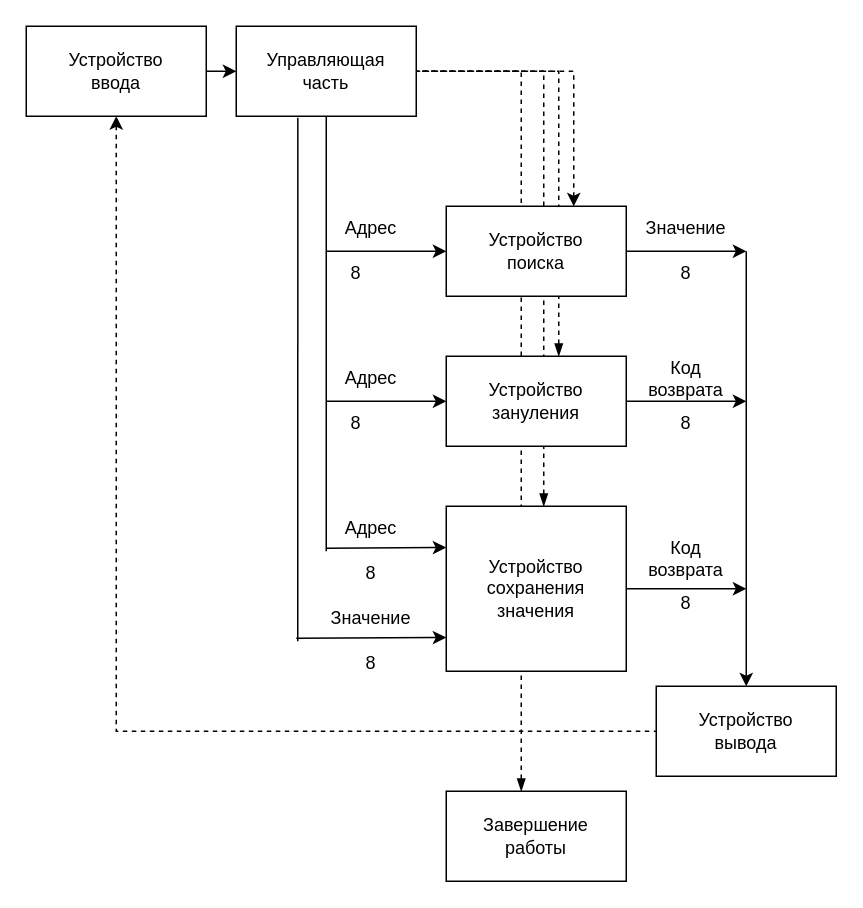
Above: page "Page-1" (1 of 7) of Организация ЭВМ и систем/Отчет/5 1.drawio in eldarian-1/pstu (draw.io), before the change. Source tidied: cells renumbered, new cells numbered last; positions are measured from the earlier drawing's top-left corner, leaving out a move shared by most shapes. Both pictures are drawn from the tidied source at 150%, with x=0, y=0 at pixel (26, 26).
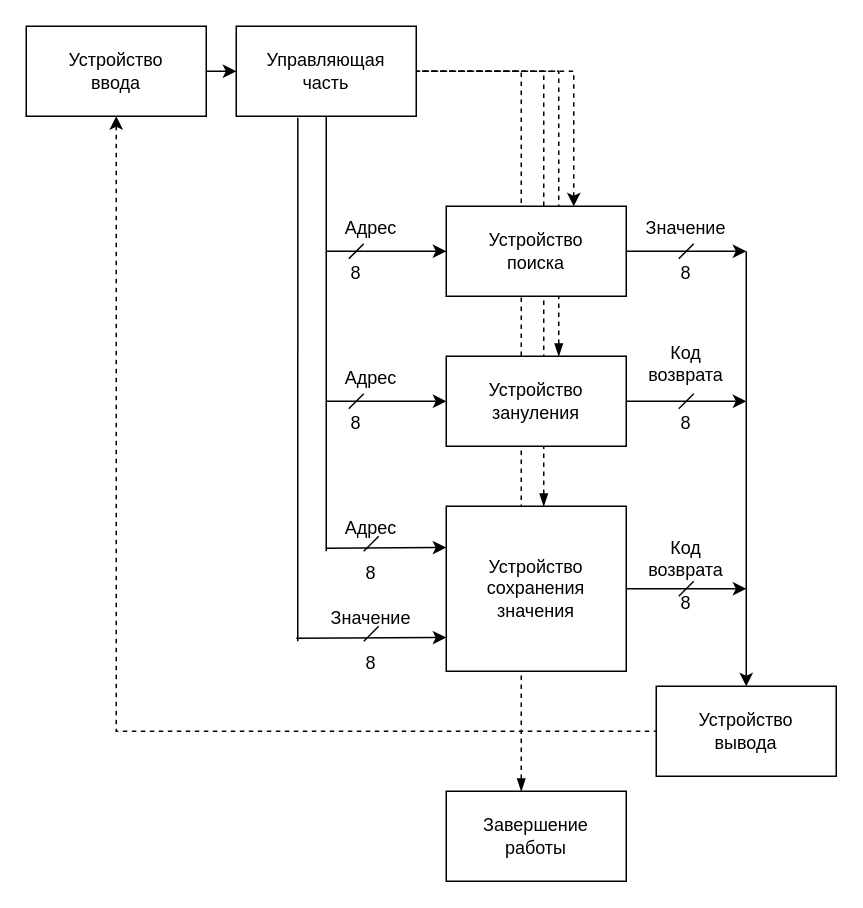
Above is the later version.

Unchanged cells that the change refers to:
```xml
<mxCell id="5" value="&lt;div&gt;Устройство&lt;/div&gt;&lt;div&gt;сохранения значения&lt;br&gt;&lt;/div&gt;" style="rounded=0;whiteSpace=wrap;html=1;" parent="1" vertex="1">
  <mxGeometry x="280" y="320" width="120" height="110" as="geometry" />
</mxCell>
<mxCell id="15" value="&lt;div&gt;Устройство&lt;/div&gt;&lt;div&gt;поиска&lt;br&gt;&lt;/div&gt;" style="rounded=0;whiteSpace=wrap;html=1;" parent="1" vertex="1">
  <mxGeometry x="280" y="120" width="120" height="60" as="geometry" />
</mxCell>
<mxCell id="22" value="&lt;div&gt;Устройство&lt;/div&gt;&lt;div&gt;зануления&lt;br&gt;&lt;/div&gt;" style="rounded=0;whiteSpace=wrap;html=1;" parent="1" vertex="1">
  <mxGeometry x="280" y="220" width="120" height="60" as="geometry" />
</mxCell>
<mxCell id="29" value="&lt;div&gt;Управляющая&lt;/div&gt;&lt;div&gt;часть&lt;/div&gt;" style="rounded=0;whiteSpace=wrap;html=1;" parent="1" vertex="1">
  <mxGeometry x="140" width="120" height="60" as="geometry" />
</mxCell>
<mxCell id="34" value="&lt;div&gt;Устройство&lt;/div&gt;&lt;div&gt;вывода&lt;br&gt;&lt;/div&gt;" style="rounded=0;whiteSpace=wrap;html=1;" parent="1" vertex="1">
  <mxGeometry x="420" y="440" width="120" height="60" as="geometry" />
</mxCell>
```

Diff of the diagram source:
```diff
@@
+    <mxCell id="39" style="endArrow=none;html=1;rounded=0;" parent="1" edge="1">
+      <mxGeometry relative="1" as="geometry">
+        <mxPoint x="215" y="155" as="sourcePoint" />
+        <mxPoint x="225" y="145" as="targetPoint" />
+      </mxGeometry>
+    </mxCell>
@@
-    <mxCell id="6" style="endArrow=classic;html=1;rounded=0;entryX=0;entryY=0.25;entryDx=0;entryDy=0;" parent="1" edge="1" target="5">
-      <mxGeometry relative="1" as="geometry">
-        <mxPoint x="200" y="348" as="sourcePoint" />
-      </mxGeometry>
-    </mxCell>
-    <mxCell id="7" value="Адрес" style="text;html=1;strokeColor=none;fillColor=none;align=center;verticalAlign=middle;whiteSpace=wrap;rounded=0;" parent="1" vertex="1">
-      <mxGeometry x="200" y="320" width="60" height="30" as="geometry" />
-    </mxCell>
-    <mxCell id="8" style="endArrow=classic;html=1;rounded=0;" parent="1" edge="1" source="5">
-      <mxGeometry relative="1" as="geometry">
-        <mxPoint x="480" y="375" as="targetPoint" />
-      </mxGeometry>
-    </mxCell>
-    <mxCell id="9" value="Код возврата" style="text;html=1;strokeColor=none;fillColor=none;align=center;verticalAlign=middle;whiteSpace=wrap;rounded=0;" parent="1" vertex="1">
-      <mxGeometry x="410" y="340" width="60" height="30" as="geometry" />
-    </mxCell>
-    <mxCell id="10" value="8" style="text;html=1;strokeColor=none;fillColor=none;align=center;verticalAlign=middle;whiteSpace=wrap;rounded=0;" parent="1" vertex="1">
-      <mxGeometry x="200" y="350" width="60" height="30" as="geometry" />
-    </mxCell>
-    <mxCell id="11" value="8" style="text;html=1;strokeColor=none;fillColor=none;align=center;verticalAlign=middle;whiteSpace=wrap;rounded=0;" parent="1" vertex="1">
-      <mxGeometry x="410" y="370" width="60" height="30" as="geometry" />
-    </mxCell>
-    <mxCell id="12" style="endArrow=classic;html=1;rounded=0;entryX=0;entryY=0.25;entryDx=0;entryDy=0;" parent="1" edge="1">
-      <mxGeometry relative="1" as="geometry">
-        <mxPoint x="180" y="408" as="sourcePoint" />
-        <mxPoint x="280" y="407.5" as="targetPoint" />
-      </mxGeometry>
-    </mxCell>
-    <mxCell id="13" value="Значение" style="text;html=1;strokeColor=none;fillColor=none;align=center;verticalAlign=middle;whiteSpace=wrap;rounded=0;" parent="1" vertex="1">
-      <mxGeometry x="200" y="380" width="60" height="30" as="geometry" />
-    </mxCell>
-    <mxCell id="14" value="8" style="text;html=1;strokeColor=none;fillColor=none;align=center;verticalAlign=middle;whiteSpace=wrap;rounded=0;" parent="1" vertex="1">
-      <mxGeometry x="200" y="410" width="60" height="30" as="geometry" />
-    </mxCell>
+    <mxCell id="40" style="endArrow=classic;html=1;rounded=0;entryX=0;entryY=0.25;entryDx=0;entryDy=0;" parent="1" edge="1" target="5">
+      <mxGeometry relative="1" as="geometry">
+        <mxPoint x="200" y="348" as="sourcePoint" />
+      </mxGeometry>
+    </mxCell>
+    <mxCell id="41" value="Адрес" style="text;html=1;strokeColor=none;fillColor=none;align=center;verticalAlign=middle;whiteSpace=wrap;rounded=0;" parent="1" vertex="1">
+      <mxGeometry x="200" y="320" width="60" height="30" as="geometry" />
+    </mxCell>
+    <mxCell id="42" style="endArrow=classic;html=1;rounded=0;" parent="1" edge="1" source="5">
+      <mxGeometry relative="1" as="geometry">
+        <mxPoint x="480" y="375" as="targetPoint" />
+      </mxGeometry>
+    </mxCell>
+    <mxCell id="43" value="Код возврата" style="text;html=1;strokeColor=none;fillColor=none;align=center;verticalAlign=middle;whiteSpace=wrap;rounded=0;" parent="1" vertex="1">
+      <mxGeometry x="410" y="340" width="60" height="30" as="geometry" />
+    </mxCell>
+    <mxCell id="44" value="8" style="text;html=1;strokeColor=none;fillColor=none;align=center;verticalAlign=middle;whiteSpace=wrap;rounded=0;" parent="1" vertex="1">
+      <mxGeometry x="200" y="350" width="60" height="30" as="geometry" />
+    </mxCell>
+    <mxCell id="45" value="8" style="text;html=1;strokeColor=none;fillColor=none;align=center;verticalAlign=middle;whiteSpace=wrap;rounded=0;" parent="1" vertex="1">
+      <mxGeometry x="410" y="370" width="60" height="30" as="geometry" />
+    </mxCell>
+    <mxCell id="46" style="endArrow=classic;html=1;rounded=0;entryX=0;entryY=0.25;entryDx=0;entryDy=0;" parent="1" edge="1">
+      <mxGeometry relative="1" as="geometry">
+        <mxPoint x="180" y="408" as="sourcePoint" />
+        <mxPoint x="280" y="407.5" as="targetPoint" />
+      </mxGeometry>
+    </mxCell>
+    <mxCell id="47" value="Значение" style="text;html=1;strokeColor=none;fillColor=none;align=center;verticalAlign=middle;whiteSpace=wrap;rounded=0;" parent="1" vertex="1">
+      <mxGeometry x="200" y="380" width="60" height="30" as="geometry" />
+    </mxCell>
+    <mxCell id="48" value="8" style="text;html=1;strokeColor=none;fillColor=none;align=center;verticalAlign=middle;whiteSpace=wrap;rounded=0;" parent="1" vertex="1">
+      <mxGeometry x="200" y="410" width="60" height="30" as="geometry" />
+    </mxCell>
@@
-    <mxCell id="16" style="endArrow=classic;html=1;rounded=0;" parent="1" edge="1" target="15">
-      <mxGeometry relative="1" as="geometry">
-        <mxPoint x="200" y="150" as="sourcePoint" />
-      </mxGeometry>
-    </mxCell>
-    <mxCell id="17" value="Адрес" style="text;html=1;strokeColor=none;fillColor=none;align=center;verticalAlign=middle;whiteSpace=wrap;rounded=0;" parent="1" vertex="1">
-      <mxGeometry x="200" y="120" width="60" height="30" as="geometry" />
-    </mxCell>
-    <mxCell id="18" style="endArrow=classic;html=1;rounded=0;" parent="1" edge="1" source="15">
-      <mxGeometry relative="1" as="geometry">
-        <mxPoint x="480" y="150" as="targetPoint" />
-      </mxGeometry>
-    </mxCell>
-    <mxCell id="19" value="Значение" style="text;html=1;strokeColor=none;fillColor=none;align=center;verticalAlign=middle;whiteSpace=wrap;rounded=0;" parent="1" vertex="1">
-      <mxGeometry x="410" y="120" width="60" height="30" as="geometry" />
-    </mxCell>
-    <mxCell id="20" value="8" style="text;html=1;strokeColor=none;fillColor=none;align=center;verticalAlign=middle;whiteSpace=wrap;rounded=0;" parent="1" vertex="1">
-      <mxGeometry x="190" y="150" width="60" height="30" as="geometry" />
-    </mxCell>
-    <mxCell id="21" value="8" style="text;html=1;strokeColor=none;fillColor=none;align=center;verticalAlign=middle;whiteSpace=wrap;rounded=0;" parent="1" vertex="1">
-      <mxGeometry x="410" y="150" width="60" height="30" as="geometry" />
-    </mxCell>
+    <mxCell id="49" style="endArrow=classic;html=1;rounded=0;" parent="1" edge="1" target="15">
+      <mxGeometry relative="1" as="geometry">
+        <mxPoint x="200" y="150" as="sourcePoint" />
+      </mxGeometry>
+    </mxCell>
+    <mxCell id="50" value="Адрес" style="text;html=1;strokeColor=none;fillColor=none;align=center;verticalAlign=middle;whiteSpace=wrap;rounded=0;" parent="1" vertex="1">
+      <mxGeometry x="200" y="120" width="60" height="30" as="geometry" />
+    </mxCell>
+    <mxCell id="51" style="endArrow=classic;html=1;rounded=0;" parent="1" edge="1" source="15">
+      <mxGeometry relative="1" as="geometry">
+        <mxPoint x="480" y="150" as="targetPoint" />
+      </mxGeometry>
+    </mxCell>
+    <mxCell id="52" value="Значение" style="text;html=1;strokeColor=none;fillColor=none;align=center;verticalAlign=middle;whiteSpace=wrap;rounded=0;" parent="1" vertex="1">
+      <mxGeometry x="410" y="120" width="60" height="30" as="geometry" />
+    </mxCell>
+    <mxCell id="53" value="8" style="text;html=1;strokeColor=none;fillColor=none;align=center;verticalAlign=middle;whiteSpace=wrap;rounded=0;" parent="1" vertex="1">
+      <mxGeometry x="190" y="150" width="60" height="30" as="geometry" />
+    </mxCell>
+    <mxCell id="54" value="8" style="text;html=1;strokeColor=none;fillColor=none;align=center;verticalAlign=middle;whiteSpace=wrap;rounded=0;" parent="1" vertex="1">
+      <mxGeometry x="410" y="150" width="60" height="30" as="geometry" />
+    </mxCell>
@@
-    <mxCell id="23" style="endArrow=classic;html=1;rounded=0;" parent="1" edge="1" target="22">
-      <mxGeometry relative="1" as="geometry">
-        <mxPoint x="200" y="250" as="sourcePoint" />
-      </mxGeometry>
-    </mxCell>
-    <mxCell id="24" value="Адрес" style="text;html=1;strokeColor=none;fillColor=none;align=center;verticalAlign=middle;whiteSpace=wrap;rounded=0;" parent="1" vertex="1">
-      <mxGeometry x="200" y="220" width="60" height="30" as="geometry" />
-    </mxCell>
-    <mxCell id="25" style="endArrow=classic;html=1;rounded=0;" parent="1" edge="1" source="22">
-      <mxGeometry relative="1" as="geometry">
-        <mxPoint x="480" y="250" as="targetPoint" />
-      </mxGeometry>
-    </mxCell>
-    <mxCell id="26" value="Код возврата" style="text;html=1;strokeColor=none;fillColor=none;align=center;verticalAlign=middle;whiteSpace=wrap;rounded=0;" parent="1" vertex="1">
-      <mxGeometry x="410" y="220" width="60" height="30" as="geometry" />
-    </mxCell>
-    <mxCell id="27" value="8" style="text;html=1;strokeColor=none;fillColor=none;align=center;verticalAlign=middle;whiteSpace=wrap;rounded=0;" parent="1" vertex="1">
-      <mxGeometry x="190" y="250" width="60" height="30" as="geometry" />
-    </mxCell>
-    <mxCell id="28" value="8" style="text;html=1;strokeColor=none;fillColor=none;align=center;verticalAlign=middle;whiteSpace=wrap;rounded=0;" parent="1" vertex="1">
-      <mxGeometry x="410" y="250" width="60" height="30" as="geometry" />
-    </mxCell>
+    <mxCell id="55" style="endArrow=classic;html=1;rounded=0;" parent="1" edge="1" target="22">
+      <mxGeometry relative="1" as="geometry">
+        <mxPoint x="200" y="250" as="sourcePoint" />
+      </mxGeometry>
+    </mxCell>
+    <mxCell id="56" value="Адрес" style="text;html=1;strokeColor=none;fillColor=none;align=center;verticalAlign=middle;whiteSpace=wrap;rounded=0;" parent="1" vertex="1">
+      <mxGeometry x="200" y="220" width="60" height="30" as="geometry" />
+    </mxCell>
+    <mxCell id="57" style="endArrow=classic;html=1;rounded=0;" parent="1" edge="1" source="22">
+      <mxGeometry relative="1" as="geometry">
+        <mxPoint x="480" y="250" as="targetPoint" />
+      </mxGeometry>
+    </mxCell>
+    <mxCell id="58" value="Код возврата" style="text;html=1;strokeColor=none;fillColor=none;align=center;verticalAlign=middle;whiteSpace=wrap;rounded=0;" parent="1" vertex="1">
+      <mxGeometry x="410" y="210" width="60" height="30" as="geometry" />
+    </mxCell>
+    <mxCell id="59" value="8" style="text;html=1;strokeColor=none;fillColor=none;align=center;verticalAlign=middle;whiteSpace=wrap;rounded=0;" parent="1" vertex="1">
+      <mxGeometry x="190" y="250" width="60" height="30" as="geometry" />
+    </mxCell>
+    <mxCell id="60" value="8" style="text;html=1;strokeColor=none;fillColor=none;align=center;verticalAlign=middle;whiteSpace=wrap;rounded=0;" parent="1" vertex="1">
+      <mxGeometry x="410" y="250" width="60" height="30" as="geometry" />
+    </mxCell>
@@
-    <mxCell id="30" style="endArrow=none;html=1;rounded=0;exitX=0;exitY=0;exitDx=0;exitDy=0;" parent="1" edge="1" source="10" target="29">
-      <mxGeometry relative="1" as="geometry" />
-    </mxCell>
-    <mxCell id="31" style="endArrow=none;html=1;rounded=0;entryX=0.342;entryY=1.017;entryDx=0;entryDy=0;entryPerimeter=0;" parent="1" edge="1" target="29">
-      <mxGeometry relative="1" as="geometry">
-        <mxPoint x="181" y="410" as="sourcePoint" />
-      </mxGeometry>
-    </mxCell>
+    <mxCell id="61" style="endArrow=none;html=1;rounded=0;exitX=0;exitY=0;exitDx=0;exitDy=0;" parent="1" edge="1" source="44" target="29">
+      <mxGeometry relative="1" as="geometry" />
+    </mxCell>
+    <mxCell id="62" style="endArrow=none;html=1;rounded=0;entryX=0.342;entryY=1.017;entryDx=0;entryDy=0;entryPerimeter=0;" parent="1" edge="1" target="29">
+      <mxGeometry relative="1" as="geometry">
+        <mxPoint x="181" y="410" as="sourcePoint" />
+      </mxGeometry>
+    </mxCell>
@@
-    <mxCell id="35" style="endArrow=none;html=1;rounded=0;edgeStyle=orthogonalEdgeStyle;endFill=0;startArrow=classic;startFill=1;" parent="1" edge="1" source="34">
-      <mxGeometry relative="1" as="geometry">
-        <mxPoint x="480" y="150" as="targetPoint" />
-        <Array as="points">
-          <mxPoint x="480" y="300" />
-          <mxPoint x="480" y="300" />
-        </Array>
-      </mxGeometry>
-    </mxCell>
+    <mxCell id="63" style="endArrow=none;html=1;rounded=0;edgeStyle=orthogonalEdgeStyle;endFill=0;startArrow=classic;startFill=1;" parent="1" edge="1" source="34">
+      <mxGeometry relative="1" as="geometry">
+        <mxPoint x="480" y="150" as="targetPoint" />
+        <Array as="points">
+          <mxPoint x="480" y="300" />
+          <mxPoint x="480" y="300" />
+        </Array>
+      </mxGeometry>
+    </mxCell>
@@
+    <mxCell id="64" style="endArrow=none;html=1;rounded=0;" parent="1" edge="1">
+      <mxGeometry relative="1" as="geometry">
+        <mxPoint x="215" y="255" as="sourcePoint" />
+        <mxPoint x="225" y="245" as="targetPoint" />
+      </mxGeometry>
+    </mxCell>
+    <mxCell id="65" style="endArrow=none;html=1;rounded=0;" parent="1" edge="1">
+      <mxGeometry relative="1" as="geometry">
+        <mxPoint x="225" y="350" as="sourcePoint" />
+        <mxPoint x="235" y="340" as="targetPoint" />
+      </mxGeometry>
+    </mxCell>
+    <mxCell id="66" style="endArrow=none;html=1;rounded=0;" parent="1" edge="1">
+      <mxGeometry relative="1" as="geometry">
+        <mxPoint x="225" y="410" as="sourcePoint" />
+        <mxPoint x="235" y="400" as="targetPoint" />
+      </mxGeometry>
+    </mxCell>
+    <mxCell id="67" style="endArrow=none;html=1;rounded=0;" parent="1" edge="1">
+      <mxGeometry relative="1" as="geometry">
+        <mxPoint x="435" y="255" as="sourcePoint" />
+        <mxPoint x="445" y="245" as="targetPoint" />
+      </mxGeometry>
+    </mxCell>
+    <mxCell id="68" style="endArrow=none;html=1;rounded=0;" parent="1" edge="1">
+      <mxGeometry relative="1" as="geometry">
+        <mxPoint x="435" y="380" as="sourcePoint" />
+        <mxPoint x="445" y="370" as="targetPoint" />
+      </mxGeometry>
+    </mxCell>
+    <mxCell id="69" style="endArrow=none;html=1;rounded=0;" parent="1" edge="1">
+      <mxGeometry relative="1" as="geometry">
+        <mxPoint x="435" y="155" as="sourcePoint" />
+        <mxPoint x="445" y="145" as="targetPoint" />
+      </mxGeometry>
+    </mxCell>
```
